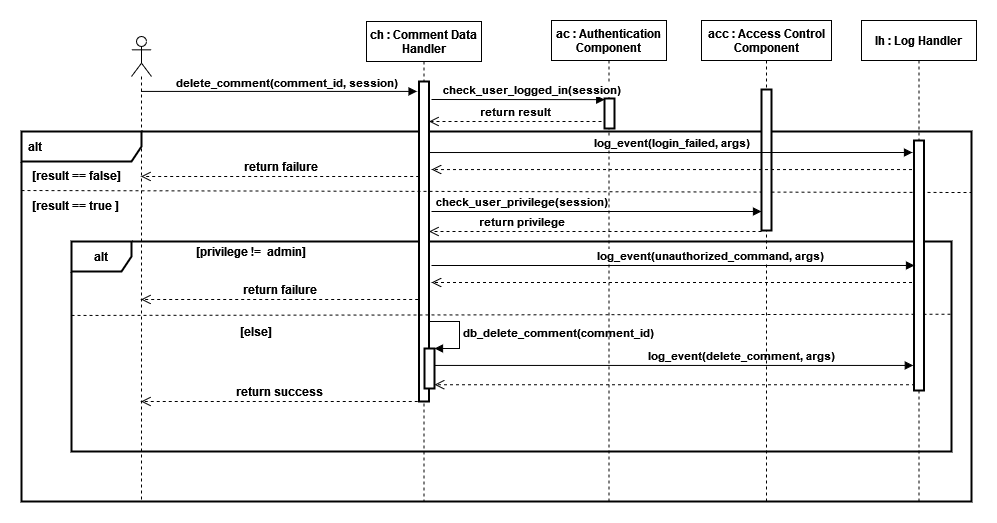
Earlier version of the draw.io export Documentation/Sequence diagrams/Sequence_Delete_Comment.png (nemkrisz11/Computer-Security-Homework-2021-SHAjt). Source tidied: cells renumbered, new cells last; positions are measured from the earlier drawing's top-left corner, leaving out a move shared by most shapes. Source of this version:
```xml
<mxGraphModel>
  <root>
    <mxCell id="0" />
    <mxCell id="1" parent="0" />
    <mxCell id="2" value="&lt;font style=&quot;font-size: 12px&quot;&gt;&lt;b&gt;alt&lt;/b&gt;&lt;/font&gt;" style="shape=umlFrame;whiteSpace=wrap;html=1;width=120;height=30;boundedLbl=1;verticalAlign=middle;align=left;spacingLeft=5;strokeWidth=2;" parent="1" vertex="1">
      <mxGeometry y="111" width="950" height="370" as="geometry" />
    </mxCell>
    <mxCell id="3" value="&lt;b&gt;alt&lt;/b&gt;" style="shape=umlFrame;whiteSpace=wrap;html=1;fontSize=12;strokeWidth=2;" parent="1" vertex="1">
      <mxGeometry x="50" y="221" width="880" height="210" as="geometry" />
    </mxCell>
    <mxCell id="4" value="&lt;b&gt;check_user_privilege(session)&lt;/b&gt;" style="html=1;verticalAlign=bottom;endArrow=block;rounded=0;" parent="1" edge="1" target="31">
      <mxGeometry x="-0.46" relative="1" as="geometry">
        <mxPoint x="410" y="191" as="sourcePoint" />
      </mxGeometry>
    </mxCell>
    <mxCell id="5" value="ch : Comment Data&#10; Handler" style="shape=umlLifeline;perimeter=lifelinePerimeter;rounded=0;shadow=0;strokeWidth=1;fontStyle=1;" parent="1" vertex="1">
      <mxGeometry x="345" y="1" width="115" height="480" as="geometry" />
    </mxCell>
    <mxCell id="6" style="points=[];perimeter=orthogonalPerimeter;rounded=0;shadow=0;strokeWidth=2;" parent="5" vertex="1">
      <mxGeometry x="52.5" y="60" width="10" height="320" as="geometry" />
    </mxCell>
    <mxCell id="7" style="html=1;points=[];perimeter=orthogonalPerimeter;fontSize=11;strokeWidth=2;" parent="5" vertex="1">
      <mxGeometry x="58" y="327" width="10" height="40" as="geometry" />
    </mxCell>
    <mxCell id="8" value="&lt;b&gt;db_delete_comment(comment_id)&lt;/b&gt;" style="edgeStyle=orthogonalEdgeStyle;html=1;align=left;spacingLeft=2;endArrow=block;rounded=0;entryX=1;entryY=0;fontSize=11;" parent="5" edge="1" target="7">
      <mxGeometry relative="1" as="geometry">
        <mxPoint x="63" y="300" as="sourcePoint" />
        <Array as="points">
          <mxPoint x="93" y="300" />
          <mxPoint x="93" y="327" />
        </Array>
      </mxGeometry>
    </mxCell>
    <mxCell id="9" style="shape=umlLifeline;participant=umlActor;perimeter=lifelinePerimeter;whiteSpace=wrap;html=1;verticalAlign=top;spacingTop=36;outlineConnect=0;" parent="1" vertex="1">
      <mxGeometry x="110" y="16" width="20" height="465" as="geometry" />
    </mxCell>
    <mxCell id="10" style="html=1;verticalAlign=bottom;endArrow=block;rounded=0;entryX=-0.195;entryY=0.031;entryDx=0;entryDy=0;entryPerimeter=0;" parent="1" edge="1" source="9" target="6">
      <mxGeometry relative="1" as="geometry" />
    </mxCell>
    <mxCell id="11" value="&lt;b&gt;delete_comment(comment_id, session)&lt;br&gt;&lt;/b&gt;" style="edgeLabel;html=1;align=center;verticalAlign=middle;" parent="10" vertex="1">
      <mxGeometry x="-0.1" y="1" relative="1" as="geometry">
        <mxPoint x="21" y="-8" as="offset" />
      </mxGeometry>
    </mxCell>
    <mxCell id="12" value="ac : Authentication&#10; Component" style="shape=umlLifeline;perimeter=lifelinePerimeter;rounded=0;shadow=0;strokeWidth=1;fontStyle=1;" parent="1" vertex="1">
      <mxGeometry x="530" width="115" height="481" as="geometry" />
    </mxCell>
    <mxCell id="13" style="points=[];perimeter=orthogonalPerimeter;rounded=0;shadow=0;strokeWidth=2;" parent="12" vertex="1">
      <mxGeometry x="53" y="78" width="10" height="30" as="geometry" />
    </mxCell>
    <mxCell id="14" value="&lt;b&gt;check_user_logged_in(session)&lt;/b&gt;" style="html=1;verticalAlign=bottom;endArrow=block;rounded=0;entryX=0.021;entryY=0.038;entryDx=0;entryDy=0;entryPerimeter=0;" parent="1" edge="1" target="13">
      <mxGeometry x="0.15" relative="1" as="geometry">
        <mxPoint x="410" y="79" as="sourcePoint" />
      </mxGeometry>
    </mxCell>
    <mxCell id="15" value="&lt;b&gt;return result&lt;br&gt;&lt;/b&gt;" style="html=1;verticalAlign=bottom;endArrow=open;dashed=1;endSize=8;rounded=0;" parent="1" edge="1" target="6">
      <mxGeometry relative="1" as="geometry">
        <mxPoint x="580" y="101" as="sourcePoint" />
      </mxGeometry>
    </mxCell>
    <mxCell id="16" style="endArrow=none;dashed=1;html=1;strokeWidth=1;rounded=0;endSize=6;exitX=0;exitY=1;exitDx=0;exitDy=0;" parent="1" edge="1" source="18">
      <mxGeometry relative="1" as="geometry">
        <mxPoint x="950" y="172" as="targetPoint" />
      </mxGeometry>
    </mxCell>
    <mxCell id="17" value="&lt;b&gt;[result == true ]&lt;br&gt;&lt;/b&gt;" style="text;html=1;strokeColor=none;fillColor=none;align=center;verticalAlign=middle;whiteSpace=wrap;rounded=0;" parent="1" vertex="1">
      <mxGeometry y="170" width="110" height="30" as="geometry" />
    </mxCell>
    <mxCell id="18" value="&lt;b&gt;[result == false]&lt;/b&gt;" style="text;html=1;strokeColor=none;fillColor=none;align=center;verticalAlign=middle;whiteSpace=wrap;rounded=0;" parent="1" vertex="1">
      <mxGeometry y="140" width="110" height="30" as="geometry" />
    </mxCell>
    <mxCell id="19" value="&lt;b&gt;return failure&lt;br&gt;&lt;/b&gt;" style="html=1;verticalAlign=bottom;endArrow=open;dashed=1;endSize=8;rounded=0;fontSize=12;strokeWidth=1;exitX=0.016;exitY=0.476;exitDx=0;exitDy=0;exitPerimeter=0;" parent="1" edge="1">
      <mxGeometry relative="1" as="geometry">
        <mxPoint x="397.7" y="156" as="sourcePoint" />
        <mxPoint x="119.5" y="156" as="targetPoint" />
      </mxGeometry>
    </mxCell>
    <mxCell id="20" value="&lt;div&gt;&lt;b&gt;[privilege !=&amp;nbsp; admin]&lt;/b&gt;&lt;/div&gt;" style="text;html=1;strokeColor=none;fillColor=none;align=center;verticalAlign=middle;whiteSpace=wrap;rounded=0;fontSize=12;" parent="1" vertex="1">
      <mxGeometry x="120" y="221" width="220" height="20" as="geometry" />
    </mxCell>
    <mxCell id="21" value="&lt;b&gt;[else]&lt;/b&gt;" style="text;html=1;strokeColor=none;fillColor=none;align=center;verticalAlign=middle;whiteSpace=wrap;rounded=0;fontSize=12;" parent="1" vertex="1">
      <mxGeometry x="150" y="301" width="170" height="20" as="geometry" />
    </mxCell>
    <mxCell id="22" style="endArrow=none;dashed=1;html=1;rounded=0;fontSize=12;endSize=6;strokeWidth=1;entryX=1;entryY=0.442;entryDx=0;entryDy=0;entryPerimeter=0;exitX=0;exitY=0.352;exitDx=0;exitDy=0;exitPerimeter=0;" parent="1" edge="1" source="3">
      <mxGeometry relative="1" as="geometry">
        <mxPoint x="930" y="293.7" as="targetPoint" />
      </mxGeometry>
    </mxCell>
    <mxCell id="23" value="&lt;b&gt;return success&lt;br&gt;&lt;/b&gt;" style="html=1;verticalAlign=bottom;endArrow=open;dashed=1;endSize=8;rounded=0;fontSize=12;strokeWidth=1;exitX=-0.13;exitY=1;exitDx=0;exitDy=0;exitPerimeter=0;" parent="1" edge="1" source="6" target="9">
      <mxGeometry relative="1" as="geometry" />
    </mxCell>
    <mxCell id="24" value="&lt;b&gt;return failure&lt;br&gt;&lt;/b&gt;" style="html=1;verticalAlign=bottom;endArrow=open;dashed=1;endSize=8;rounded=0;fontSize=12;strokeWidth=1;exitX=0.016;exitY=0.476;exitDx=0;exitDy=0;exitPerimeter=0;" parent="1" edge="1">
      <mxGeometry relative="1" as="geometry">
        <mxPoint x="396.7" y="279" as="sourcePoint" />
        <mxPoint x="119.5" y="279" as="targetPoint" />
      </mxGeometry>
    </mxCell>
    <mxCell id="25" value="lh : Log Handler" style="shape=umlLifeline;perimeter=lifelinePerimeter;rounded=0;shadow=0;strokeWidth=1;fontStyle=1;" parent="1" vertex="1">
      <mxGeometry x="840" width="115" height="481" as="geometry" />
    </mxCell>
    <mxCell id="26" style="points=[];perimeter=orthogonalPerimeter;rounded=0;shadow=0;strokeWidth=2;" parent="25" vertex="1">
      <mxGeometry x="52.5" y="120" width="10" height="250" as="geometry" />
    </mxCell>
    <mxCell id="27" value="&lt;font style=&quot;font-size: 11px&quot;&gt;&lt;b&gt;log_event(delete_comment, args)&lt;br&gt;&lt;/b&gt;&lt;/font&gt;" style="html=1;verticalAlign=bottom;endArrow=block;rounded=0;fontSize=12;endSize=6;strokeWidth=1;entryX=-0.071;entryY=-0.003;entryDx=0;entryDy=0;entryPerimeter=0;" parent="1" edge="1">
      <mxGeometry x="0.28" relative="1" as="geometry">
        <mxPoint x="413" y="344.9" as="sourcePoint" />
        <mxPoint x="891.8" y="344.9" as="targetPoint" />
      </mxGeometry>
    </mxCell>
    <mxCell id="28" style="html=1;verticalAlign=bottom;endArrow=open;dashed=1;endSize=8;rounded=0;fontSize=12;strokeWidth=1;exitX=0.098;exitY=1.01;exitDx=0;exitDy=0;exitPerimeter=0;" parent="1" edge="1">
      <mxGeometry relative="1" as="geometry">
        <mxPoint x="893.5" y="364.2" as="sourcePoint" />
        <mxPoint x="413" y="364.2" as="targetPoint" />
      </mxGeometry>
    </mxCell>
    <mxCell id="29" value="acc : Access Control&#10;Component" style="shape=umlLifeline;perimeter=lifelinePerimeter;rounded=0;shadow=0;strokeWidth=1;fontStyle=1;" parent="1" vertex="1">
      <mxGeometry x="680" width="130" height="481" as="geometry" />
    </mxCell>
    <mxCell id="30" value="&lt;font style=&quot;font-size: 11px&quot;&gt;&lt;b&gt;return privilege&lt;br&gt;&lt;/b&gt;&lt;/font&gt;" style="html=1;verticalAlign=bottom;endArrow=open;dashed=1;endSize=8;rounded=0;fontSize=12;strokeWidth=1;" parent="29" edge="1" target="6">
      <mxGeometry x="0.44" relative="1" as="geometry">
        <mxPoint x="60" y="211" as="sourcePoint" />
      </mxGeometry>
    </mxCell>
    <mxCell id="31" style="points=[];perimeter=orthogonalPerimeter;rounded=0;shadow=0;strokeWidth=2;" parent="29" vertex="1">
      <mxGeometry x="60" y="69" width="10" height="141" as="geometry" />
    </mxCell>
    <mxCell id="32" value="&lt;font style=&quot;font-size: 11px&quot;&gt;&lt;b&gt;log_event(unauthorized_command, args)&lt;br&gt;&lt;/b&gt;&lt;/font&gt;" style="html=1;verticalAlign=bottom;endArrow=block;rounded=0;fontSize=12;endSize=6;strokeWidth=1;entryX=0.05;entryY=0.007;entryDx=0;entryDy=0;entryPerimeter=0;" parent="1" edge="1">
      <mxGeometry x="0.16" relative="1" as="geometry">
        <mxPoint x="410" y="245" as="sourcePoint" />
        <mxPoint x="893" y="245" as="targetPoint" />
      </mxGeometry>
    </mxCell>
    <mxCell id="33" style="html=1;verticalAlign=bottom;endArrow=open;dashed=1;endSize=8;rounded=0;fontSize=12;strokeWidth=1;exitX=0.098;exitY=1.01;exitDx=0;exitDy=0;exitPerimeter=0;startSize=7;" parent="1" edge="1">
      <mxGeometry relative="1" as="geometry">
        <mxPoint x="890.5" y="262" as="sourcePoint" />
        <mxPoint x="410" y="262" as="targetPoint" />
      </mxGeometry>
    </mxCell>
    <mxCell id="34" value="&lt;font style=&quot;font-size: 11px&quot;&gt;&lt;b&gt;log_event(login_failed, args)&lt;br&gt;&lt;/b&gt;&lt;/font&gt;" style="html=1;verticalAlign=bottom;endArrow=block;rounded=0;fontSize=12;endSize=6;strokeWidth=1;entryX=0.05;entryY=0.007;entryDx=0;entryDy=0;entryPerimeter=0;" parent="1" edge="1">
      <mxGeometry relative="1" as="geometry">
        <mxPoint x="408" y="132" as="sourcePoint" />
        <mxPoint x="891" y="132" as="targetPoint" />
      </mxGeometry>
    </mxCell>
    <mxCell id="35" style="html=1;verticalAlign=bottom;endArrow=open;dashed=1;endSize=8;rounded=0;fontSize=12;strokeWidth=1;exitX=0.098;exitY=1.01;exitDx=0;exitDy=0;exitPerimeter=0;startSize=7;" parent="1" edge="1">
      <mxGeometry relative="1" as="geometry">
        <mxPoint x="890.5" y="149" as="sourcePoint" />
        <mxPoint x="410" y="149" as="targetPoint" />
      </mxGeometry>
    </mxCell>
  </root>
</mxGraphModel>
```
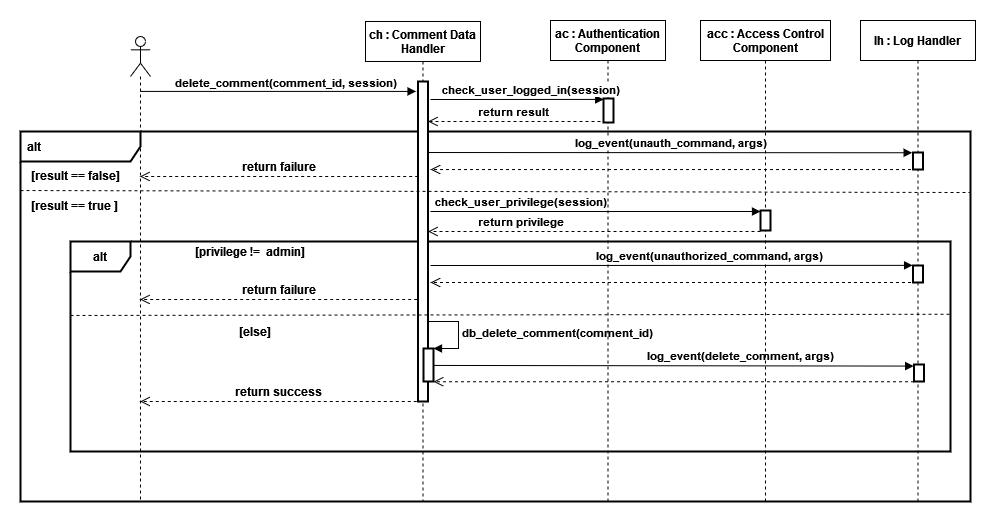
After the change.

Commit message:
Added fixes to Sequence Delete Comment

Change to the diagram source:
```diff
@@ -20,7 +20,7 @@
       <mxGeometry x="52.5" y="60" width="10" height="320" as="geometry" />
     </mxCell>
     <mxCell id="7" style="html=1;points=[];perimeter=orthogonalPerimeter;fontSize=11;strokeWidth=2;" parent="5" vertex="1">
-      <mxGeometry x="58" y="327" width="10" height="40" as="geometry" />
+      <mxGeometry x="58" y="327" width="10" height="33" as="geometry" />
     </mxCell>
     <mxCell id="8" value="&lt;b&gt;db_delete_comment(comment_id)&lt;/b&gt;" style="edgeStyle=orthogonalEdgeStyle;html=1;align=left;spacingLeft=2;endArrow=block;rounded=0;entryX=1;entryY=0;fontSize=11;" parent="5" edge="1" target="7">
       <mxGeometry relative="1" as="geometry">
@@ -46,7 +46,7 @@
       <mxGeometry x="530" width="115" height="481" as="geometry" />
     </mxCell>
     <mxCell id="13" style="points=[];perimeter=orthogonalPerimeter;rounded=0;shadow=0;strokeWidth=2;" parent="12" vertex="1">
-      <mxGeometry x="53" y="78" width="10" height="30" as="geometry" />
+      <mxGeometry x="53" y="78" width="10" height="24" as="geometry" />
     </mxCell>
     <mxCell id="14" value="&lt;b&gt;check_user_logged_in(session)&lt;/b&gt;" style="html=1;verticalAlign=bottom;endArrow=block;rounded=0;entryX=0.021;entryY=0.038;entryDx=0;entryDy=0;entryPerimeter=0;" parent="1" edge="1" target="13">
       <mxGeometry x="0.15" relative="1" as="geometry">
@@ -99,18 +99,20 @@
       <mxGeometry x="840" width="115" height="481" as="geometry" />
     </mxCell>
     <mxCell id="26" style="points=[];perimeter=orthogonalPerimeter;rounded=0;shadow=0;strokeWidth=2;" parent="25" vertex="1">
-      <mxGeometry x="52.5" y="120" width="10" height="250" as="geometry" />
+      <mxGeometry x="52.5" y="132" width="10" height="17" as="geometry" />
     </mxCell>
+    <mxCell id="36" style="points=[];perimeter=orthogonalPerimeter;rounded=0;shadow=0;strokeWidth=2;" parent="25" vertex="1">
+      <mxGeometry x="52.5" y="245" width="10" height="17" as="geometry" />
+    </mxCell>
-    <mxCell id="27" value="&lt;font style=&quot;font-size: 11px&quot;&gt;&lt;b&gt;log_event(delete_comment, args)&lt;br&gt;&lt;/b&gt;&lt;/font&gt;" style="html=1;verticalAlign=bottom;endArrow=block;rounded=0;fontSize=12;endSize=6;strokeWidth=1;entryX=-0.071;entryY=-0.003;entryDx=0;entryDy=0;entryPerimeter=0;" parent="1" edge="1">
+    <mxCell id="27" value="&lt;font style=&quot;font-size: 11px&quot;&gt;&lt;b&gt;log_event(delete_comment, args)&lt;br&gt;&lt;/b&gt;&lt;/font&gt;" style="html=1;verticalAlign=bottom;endArrow=block;rounded=0;fontSize=12;endSize=6;strokeWidth=1;entryX=-0.031;entryY=0.093;entryDx=0;entryDy=0;entryPerimeter=0;" parent="1" edge="1" target="37">
       <mxGeometry x="0.28" relative="1" as="geometry">
         <mxPoint x="413" y="344.9" as="sourcePoint" />
-        <mxPoint x="891.8" y="344.9" as="targetPoint" />
       </mxGeometry>
     </mxCell>
     <mxCell id="28" style="html=1;verticalAlign=bottom;endArrow=open;dashed=1;endSize=8;rounded=0;fontSize=12;strokeWidth=1;exitX=0.098;exitY=1.01;exitDx=0;exitDy=0;exitPerimeter=0;" parent="1" edge="1">
       <mxGeometry relative="1" as="geometry">
-        <mxPoint x="893.5" y="364.2" as="sourcePoint" />
-        <mxPoint x="413" y="364.2" as="targetPoint" />
+        <mxPoint x="893.5" y="361.2" as="sourcePoint" />
+        <mxPoint x="413" y="361.2" as="targetPoint" />
       </mxGeometry>
     </mxCell>
     <mxCell id="29" value="acc : Access Control&#10;Component" style="shape=umlLifeline;perimeter=lifelinePerimeter;rounded=0;shadow=0;strokeWidth=1;fontStyle=1;" parent="1" vertex="1">
@@ -122,12 +124,11 @@
       </mxGeometry>
     </mxCell>
     <mxCell id="31" style="points=[];perimeter=orthogonalPerimeter;rounded=0;shadow=0;strokeWidth=2;" parent="29" vertex="1">
-      <mxGeometry x="60" y="69" width="10" height="141" as="geometry" />
+      <mxGeometry x="60" y="190" width="10" height="20" as="geometry" />
     </mxCell>
-    <mxCell id="32" value="&lt;font style=&quot;font-size: 11px&quot;&gt;&lt;b&gt;log_event(unauthorized_command, args)&lt;br&gt;&lt;/b&gt;&lt;/font&gt;" style="html=1;verticalAlign=bottom;endArrow=block;rounded=0;fontSize=12;endSize=6;strokeWidth=1;entryX=0.05;entryY=0.007;entryDx=0;entryDy=0;entryPerimeter=0;" parent="1" edge="1">
+    <mxCell id="32" value="&lt;font style=&quot;font-size: 11px&quot;&gt;&lt;b&gt;log_event(unauthorized_command, args)&lt;br&gt;&lt;/b&gt;&lt;/font&gt;" style="html=1;verticalAlign=bottom;endArrow=block;rounded=0;fontSize=12;endSize=6;strokeWidth=1;entryX=-0.041;entryY=-0.008;entryDx=0;entryDy=0;entryPerimeter=0;" parent="1" edge="1" target="36">
       <mxGeometry x="0.16" relative="1" as="geometry">
         <mxPoint x="410" y="245" as="sourcePoint" />
-        <mxPoint x="893" y="245" as="targetPoint" />
       </mxGeometry>
     </mxCell>
     <mxCell id="33" style="html=1;verticalAlign=bottom;endArrow=open;dashed=1;endSize=8;rounded=0;fontSize=12;strokeWidth=1;exitX=0.098;exitY=1.01;exitDx=0;exitDy=0;exitPerimeter=0;startSize=7;" parent="1" edge="1">
@@ -136,10 +137,9 @@
         <mxPoint x="410" y="262" as="targetPoint" />
       </mxGeometry>
     </mxCell>
-    <mxCell id="34" value="&lt;font style=&quot;font-size: 11px&quot;&gt;&lt;b&gt;log_event(login_failed, args)&lt;br&gt;&lt;/b&gt;&lt;/font&gt;" style="html=1;verticalAlign=bottom;endArrow=block;rounded=0;fontSize=12;endSize=6;strokeWidth=1;entryX=0.05;entryY=0.007;entryDx=0;entryDy=0;entryPerimeter=0;" parent="1" edge="1">
+    <mxCell id="34" value="&lt;font style=&quot;font-size: 11px&quot;&gt;&lt;b&gt;log_event(unauth_command, args)&lt;br&gt;&lt;/b&gt;&lt;/font&gt;" style="html=1;verticalAlign=bottom;endArrow=block;rounded=0;fontSize=12;endSize=6;strokeWidth=1;entryX=-0.085;entryY=0.015;entryDx=0;entryDy=0;entryPerimeter=0;" parent="1" edge="1" target="26">
       <mxGeometry relative="1" as="geometry">
         <mxPoint x="408" y="132" as="sourcePoint" />
-        <mxPoint x="891" y="132" as="targetPoint" />
       </mxGeometry>
     </mxCell>
     <mxCell id="35" style="html=1;verticalAlign=bottom;endArrow=open;dashed=1;endSize=8;rounded=0;fontSize=12;strokeWidth=1;exitX=0.098;exitY=1.01;exitDx=0;exitDy=0;exitPerimeter=0;startSize=7;" parent="1" edge="1">
@@ -148,5 +148,8 @@
         <mxPoint x="410" y="149" as="targetPoint" />
       </mxGeometry>
     </mxCell>
+    <mxCell id="37" style="points=[];perimeter=orthogonalPerimeter;rounded=0;shadow=0;strokeWidth=2;" parent="1" vertex="1">
+      <mxGeometry x="893.5" y="344" width="10" height="17" as="geometry" />
+    </mxCell>
   </root>
 </mxGraphModel>
```
